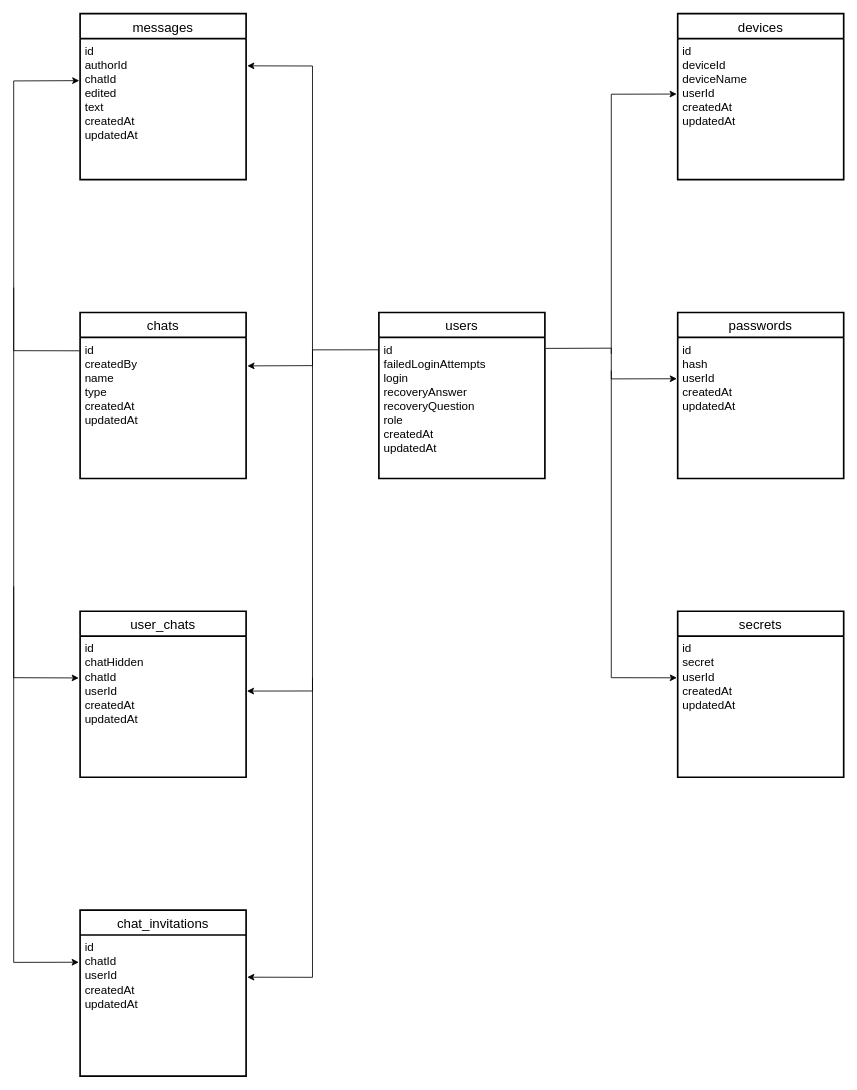
relay-project/relay-backend keeps this draw.io diagram as relay.drawio. Above is the earlier version. Source tidied: cells renumbered, new cells numbered last; positions are measured from the earlier drawing's top-left corner, leaving out a move shared by most shapes. Both pictures are drawn from the tidied source at 83%, with x=0, y=0 at pixel (13, 13).
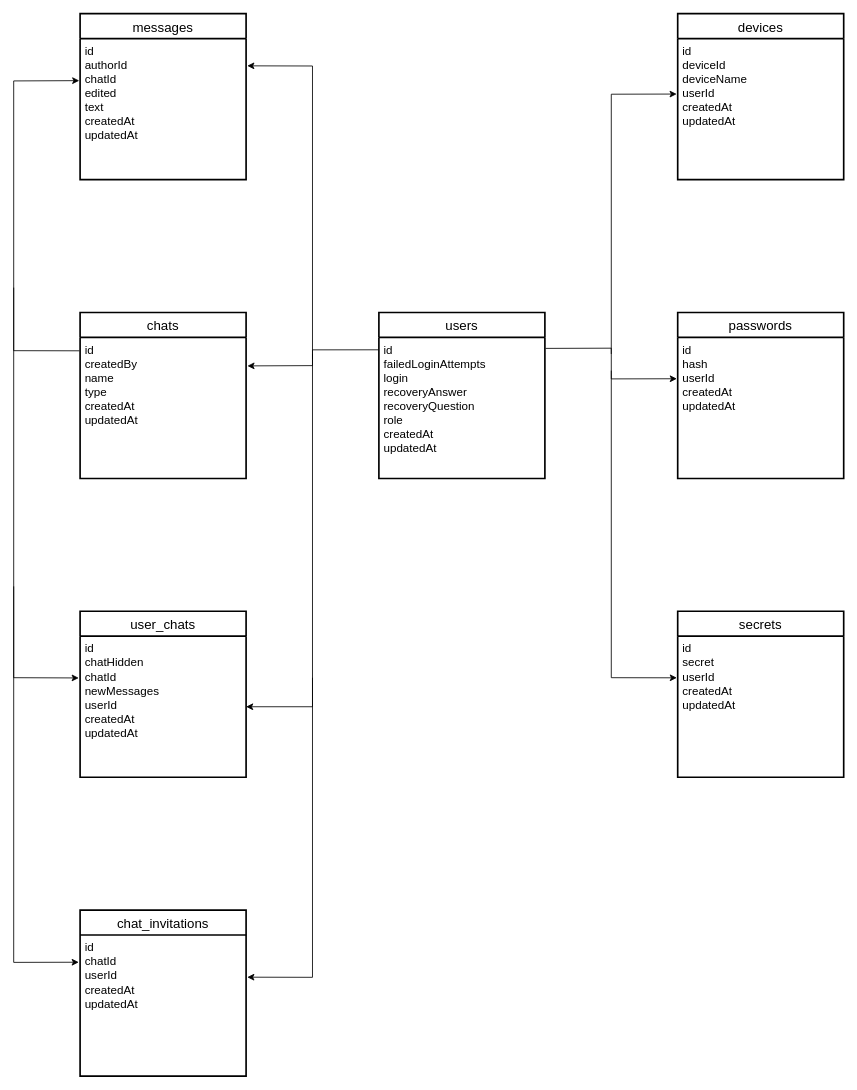
The same page after the edit.

Unchanged cells that the change refers to:
```xml
<mxCell id="15" value="user_chats" style="swimlane;horizontal=1;startSize=30;rounded=1;fontSize=16;fontStyle=0;strokeWidth=2;shadow=0;dashed=0;align=center;arcSize=0;" parent="1" vertex="1">
  <mxGeometry x="80" y="720" width="200" height="200" as="geometry" />
</mxCell>
```

Change to the diagram source:
```diff
@@
-    <mxCell id="16" value="id&#10;chatHidden&#10;chatId&#10;userId&#10;createdAt&#10;updatedAt" style="align=left;strokeColor=none;fillColor=none;spacingLeft=4;fontSize=14;verticalAlign=top;" parent="15" vertex="1">
+    <mxCell id="16" value="id&#10;chatHidden&#10;chatId&#10;newMessages&#10;userId&#10;createdAt&#10;updatedAt" style="align=left;strokeColor=none;fillColor=none;spacingLeft=4;fontSize=14;verticalAlign=top;" parent="15" vertex="1">
       <mxGeometry y="30" width="200" height="170" as="geometry" />
     </mxCell>
@@
-    <mxCell id="18" style="endArrow=classic;html=1;rounded=0;entryX=1.005;entryY=0.389;entryDx=0;entryDy=0;entryPerimeter=0;" parent="1" edge="1" target="16">
+    <mxCell id="18" style="endArrow=classic;html=1;rounded=0;entryX=1;entryY=0.5;entryDx=0;entryDy=0;" parent="1" edge="1" target="16">
       <mxGeometry relative="1" as="geometry">
         <mxPoint x="360" y="410" as="sourcePoint" />
         <Array as="points">
-          <mxPoint x="360" y="816" />
+          <mxPoint x="360" y="835" />
         </Array>
       </mxGeometry>
     </mxCell>
```
